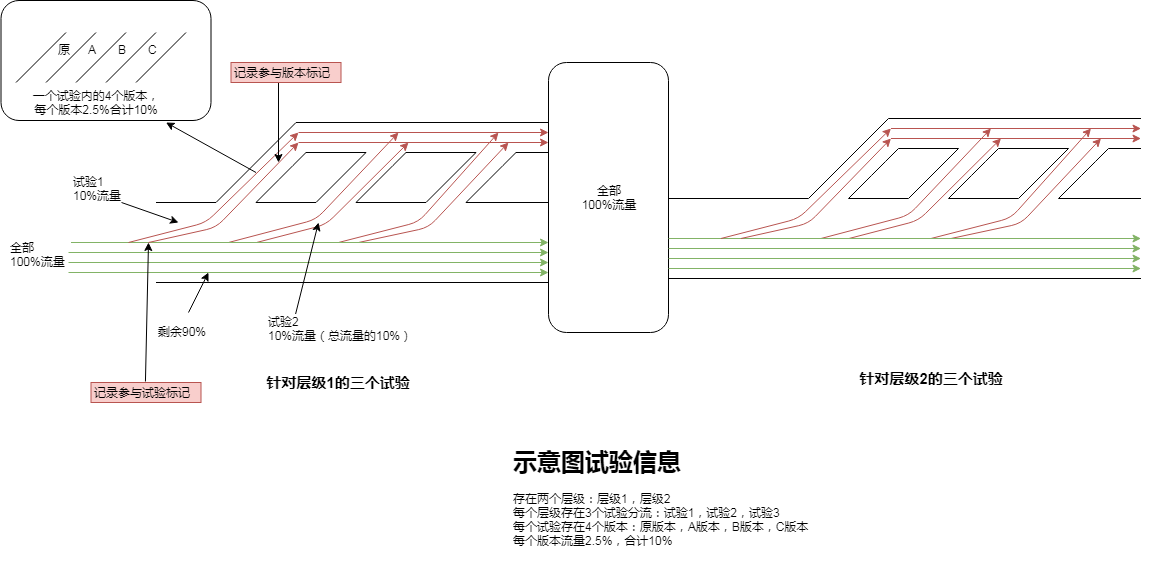
Before: split-flow.png, a diagram exported from draw.io (zhouwenmo/split). Source tidied: cells renumbered, new cells last; positions are measured from the earlier drawing's top-left corner, leaving out a move shared by most shapes.
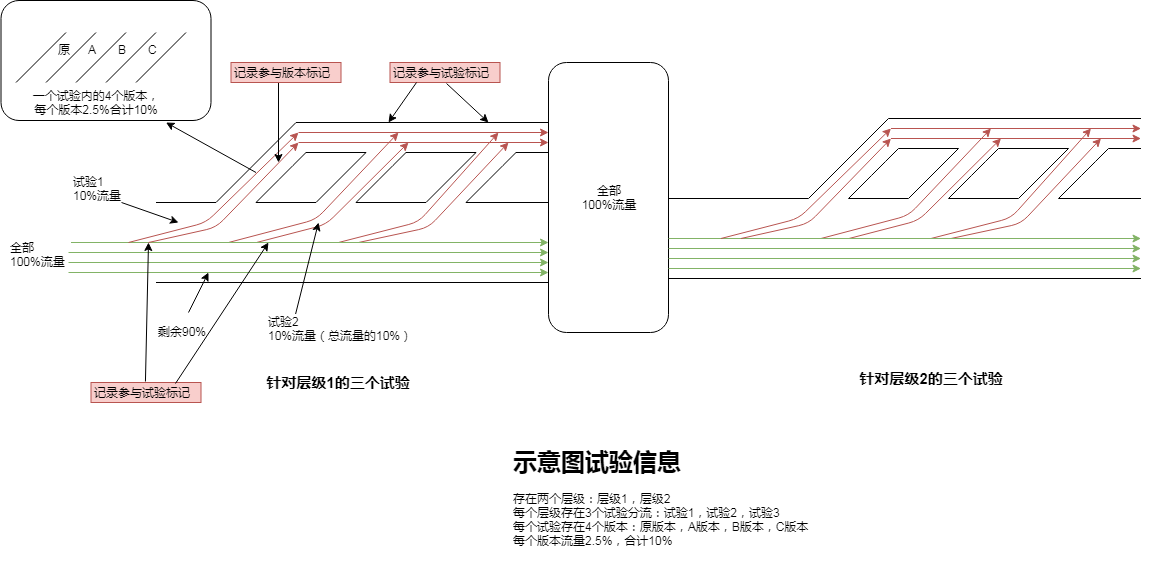
After the change.

The edit, as a diff of the source:
```diff
@@ -512,5 +512,23 @@
     <mxCell id="89" value="记录参与版本标记" style="text;html=1;align=left;verticalAlign=top;spacingTop=-4;fillColor=#f8cecc;strokeColor=#b85450;" parent="1" vertex="1">
       <mxGeometry x="230.5" y="62" width="110" height="20" as="geometry" />
     </mxCell>
+    <mxCell id="90" style="endArrow=classic;html=1;exitX=0.768;exitY=0.05;exitDx=0;exitDy=0;exitPerimeter=0;" parent="1" edge="1" source="87">
+      <mxGeometry relative="1" as="geometry">
+        <mxPoint x="268" y="242" as="targetPoint" />
+      </mxGeometry>
+    </mxCell>
+    <mxCell id="91" value="记录参与试验标记" style="text;html=1;points=[];align=left;verticalAlign=top;spacingTop=-4;fillColor=#f8cecc;strokeColor=#b85450;" parent="1" vertex="1">
+      <mxGeometry x="389.5" y="62" width="110" height="20" as="geometry" />
+    </mxCell>
+    <mxCell id="92" style="endArrow=classic;html=1;exitX=0.241;exitY=1;exitDx=0;exitDy=0;exitPerimeter=0;" parent="1" edge="1" source="91">
+      <mxGeometry relative="1" as="geometry">
+        <mxPoint x="388" y="122" as="targetPoint" />
+      </mxGeometry>
+    </mxCell>
+    <mxCell id="93" style="endArrow=classic;html=1;exitX=0.514;exitY=1.05;exitDx=0;exitDy=0;exitPerimeter=0;" parent="1" edge="1" source="91">
+      <mxGeometry relative="1" as="geometry">
+        <mxPoint x="488" y="122" as="targetPoint" />
+      </mxGeometry>
+    </mxCell>
   </root>
 </mxGraphModel>
```
